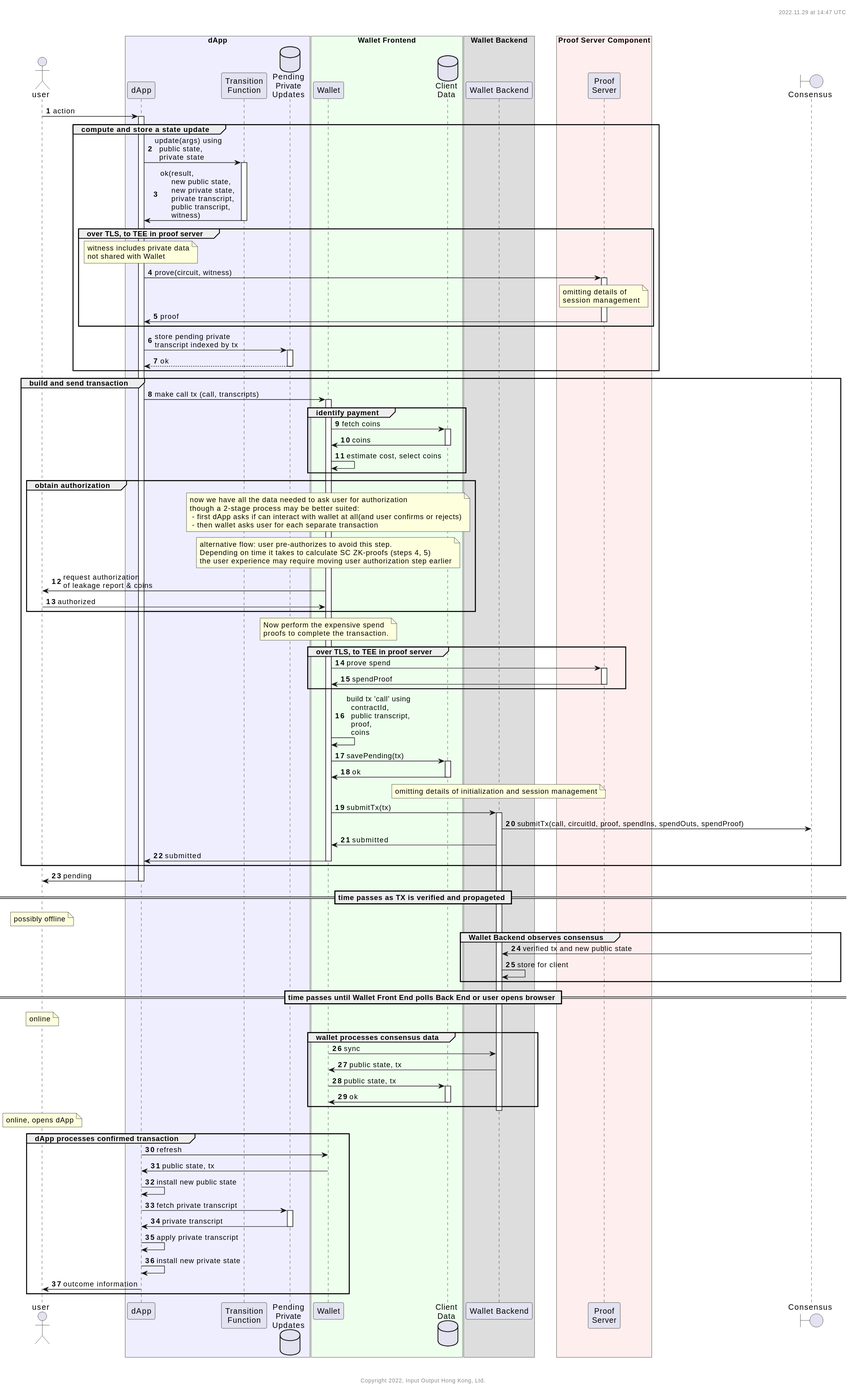
Above: user-flows/dapp-user/call-tx-overview.svg in midnightntwrk/midnight-architecture (PlantUML), before the change.
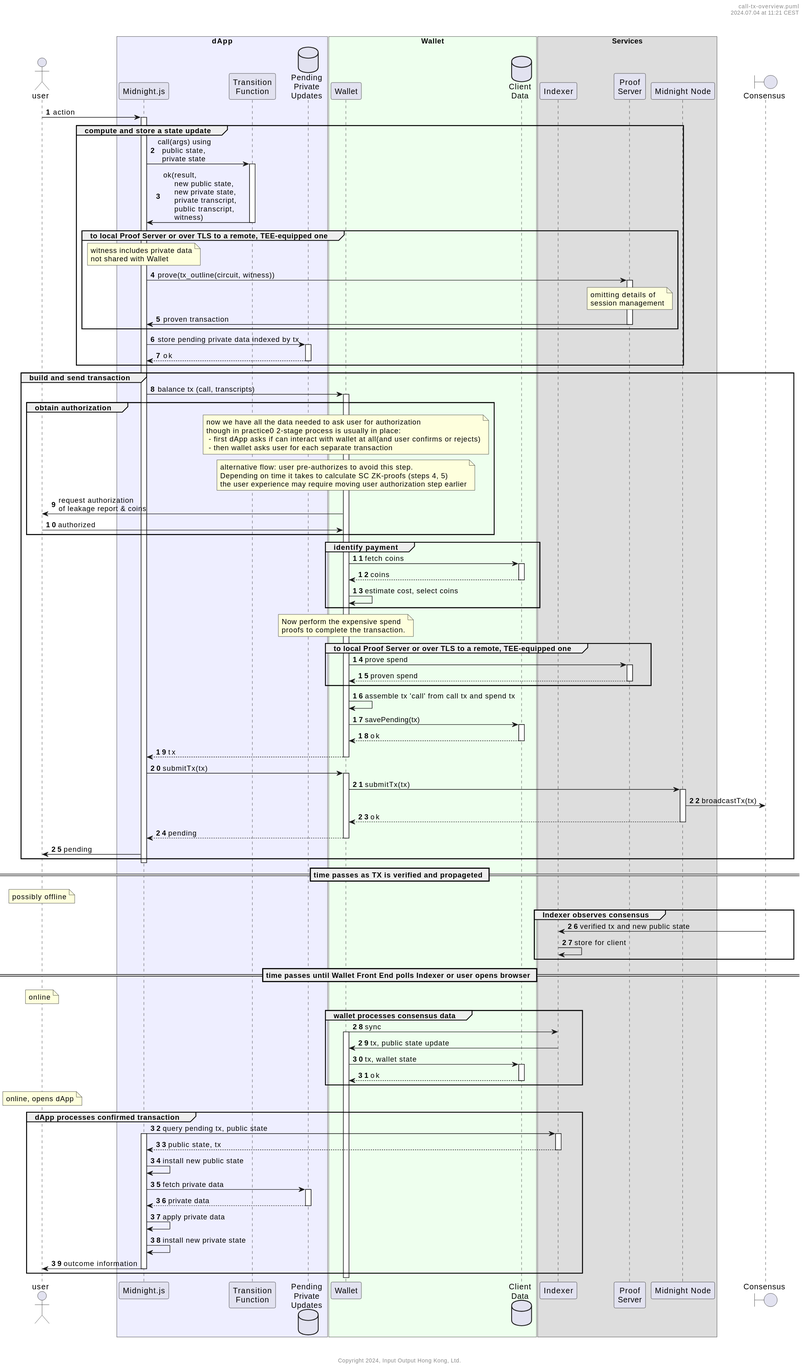
Later version of the same file.

Commit message:
Update the extended flow

Diff of the diagram source:
```diff
@@ -5,130 +5,122 @@
 actor user
 
 box "dApp" #eef
-        participant dApp as dapp
+        participant "Midnight.js" as midnightjs
         participant "Transition\nFunction" as gamma
         database "Pending\nPrivate\nUpdates" as pending
 end box
-box "Wallet Frontend" #efe
+box "Wallet" #efe
         participant "Wallet" as wallet
         database "Client\nData" as clientData
 end box
-box "Wallet Backend"
-    participant "Wallet Backend" as walletBackend
-end box
-box "Proof Server Component" #fee
-        participant "Proof\nServer" as proofServer
+box "Services"
+    participant "Indexer" as indexer
+    participant "Proof\nServer" as proofServer
+    participant "Midnight Node" as node
 end box
 
 boundary Consensus as consensus
 
 
 
-user -> dapp : action
+user -> midnightjs : action
 
-activate dapp
-
-
+activate midnightjs
         group compute and store a state update
-            dapp -> gamma : update(args) using\n  public state,\n  private state
+            midnightjs -> gamma : call(args) using\n  public state,\n  private state
             activate gamma
-                    gamma -> dapp : ok(result,\n     new public state,\n     new private state,\n     private transcript,\n     public transcript,\n     witness)
+                    gamma -> midnightjs : ok(result,\n     new public state,\n     new private state,\n     private transcript,\n     public transcript,\n     witness)
             deactivate gamma
 
-            group over TLS, to TEE in proof server
-                note over dapp: witness includes private data\nnot shared with Wallet
-                dapp -> proofServer : prove(circuit, witness)
+            group to local Proof Server or over TLS to a remote, TEE-equipped one
+                note over midnightjs: witness includes private data\nnot shared with Wallet
+                midnightjs -> proofServer : prove(tx_outline(circuit, witness))
                 note over proofServer: omitting details of\nsession management
                 activate proofServer
-                        proofServer -> dapp : proof
+                        proofServer -> midnightjs : proven transaction
                 deactivate proofServer
             end
 
-            dapp -> pending ++ : store pending private\ntranscript indexed by tx
+            midnightjs -> pending ++ : store pending private data indexed by tx
             return ok
         end
 
         group build and send transaction
-                dapp -> wallet : make call tx (call, transcripts)
-                activate wallet
-                group identify payment
-                            wallet -> clientData ++ : fetch coins
-                            clientData -> wallet : coins
-                        deactivate clientData
-                        wallet -> wallet : estimate cost, select coins
-                end
+            midnightjs -> wallet++ : balance tx (call, transcripts)
 
-                group obtain authorization
-                        note over wallet : now we have all the data needed to ask user for authorization\nthough a 2-stage process may be better suited:\n - first dApp asks if can interact with wallet at all(and user confirms or rejects)\n - then wallet asks user for each separate transaction
-                        note over wallet: alternative flow: user pre-authorizes to avoid this step. \nDepending on time it takes to calculate SC ZK-proofs (steps 4, 5) \nthe user experience may require moving user authorization step earlier
-                        wallet -> user : request authorization\nof leakage report & coins
-                        user -> wallet : authorized
-                end
+            group obtain authorization
+                note over wallet : now we have all the data needed to ask user for authorization\nthough in practice0 2-stage process is usually in place:\n - first dApp asks if can interact with wallet at all(and user confirms or rejects)\n - then wallet asks user for each separate transaction
+                note over wallet: alternative flow: user pre-authorizes to avoid this step. \nDepending on time it takes to calculate SC ZK-proofs (steps 4, 5) \nthe user experience may require moving user authorization step earlier
+                wallet -> user : request authorization\nof leakage report & coins
+                user -> wallet : authorized
+            end
 
-                note over wallet: Now perform the expensive spend\nproofs to complete the transaction.
-                group over TLS, to TEE in proof server
-                        wallet -> proofServer : prove spend
-                        activate proofServer
-                                proofServer -> wallet : spendProof
-                        deactivate proofServer
-                end
+            group identify payment
+                wallet -> clientData ++ : fetch coins
+                return coins
+                wallet -> wallet : estimate cost, select coins
+            end
 
-                wallet -> wallet : build tx 'call' using\n  contractId,\n  public transcript,\n  proof,\n  coins
-                wallet -> clientData ++ : savePending(tx)
-                clientData -> wallet -- : ok
-                note over walletBackend : omitting details of initialization and session management
-                wallet -> walletBackend : submitTx(tx)
-                activate walletBackend
-                        walletBackend -> consensus : submitTx(call, circuitId, proof, spendIns, spendOuts, spendProof)
-                        walletBackend -> wallet : submitted
-                wallet -> dapp : submitted
-                deactivate wallet
+            note over wallet: Now perform the expensive spend\nproofs to complete the transaction.
+
+            group to local Proof Server or over TLS to a remote, TEE-equipped one
+                    wallet -> proofServer ++ : prove spend
+                    return proven spend
+            end
+
+            wallet -> wallet : assemble tx 'call' from call tx and spend tx
+            wallet -> clientData ++ : savePending(tx)
+            return ok
+            return tx
+
+            midnightjs -> wallet ++ : submitTx(tx)
+
+            wallet -> node ++ : submitTx(tx)
+            node -> consensus : broadcastTx(tx)
+            return ok
+
+            return pending
+            midnightjs -> user: pending
         end
 
-        dapp -> user: pending
+deactivate midnightjs
 
-        == time passes as TX is verified and propageted ==
-
-deactivate dapp
-
+== time passes as TX is verified and propageted ==
 
 note over user: possibly offline
 
-group Wallet Backend observes consensus
-        consensus -> walletBackend : verified tx and new public state
-        walletBackend -> walletBackend : store for client
+group Indexer observes consensus
+        consensus -> indexer : verified tx and new public state
+        indexer -> indexer : store for client
 end
 
-== time passes until Wallet Front End polls Back End or user opens browser ==
+== time passes until Wallet Front End polls Indexer or user opens browser ==
 
 note over user: online
 
-activate wallet
+group wallet processes consensus data
 
-group wallet processes consensus data
-    wallet -> walletBackend : sync
-    walletBackend -> wallet :  public state, tx
-    wallet -> clientData ++ : public state, tx
-    clientData -> wallet -- : ok
+    wallet -> indexer : sync
+    activate wallet
+    indexer -> wallet :  tx, public state update
+    wallet -> clientData ++ : tx, wallet state
+    return ok
 end
-
-deactivate walletBackend
 
 note over user: online, opens dApp
 group dApp processes confirmed transaction
-    activate dapp
-        dapp -> wallet: refresh
-        wallet -> dapp: public state, tx
-        dapp -> dapp : install new public state
-        dapp -> pending ++ : fetch private transcript
-        pending -> dapp -- : private transcript
-        dapp -> dapp : apply private transcript
-        dapp -> dapp : install new private state
-        dapp -> user : outcome information
-    deactivate dapp
+        midnightjs -> indexer++: query pending tx, public state
+        activate midnightjs
+        return public state, tx
+        midnightjs -> midnightjs : install new public state
+        midnightjs -> pending ++ : fetch private data
+        return private data
+        midnightjs -> midnightjs : apply private data
+        midnightjs -> midnightjs : install new private state
+        midnightjs -> user : outcome information
+    deactivate midnightjs
 end
 
 
 footer \n\n\nCopyright %date("yyyy"), Input Output Hong Kong, Ltd.
-
 @enduml
```
